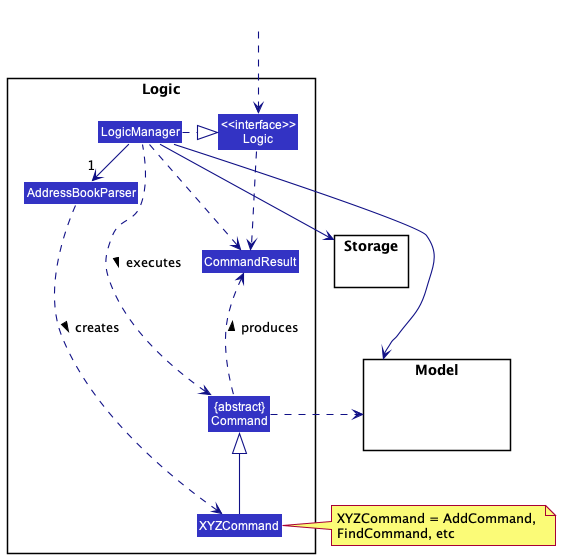
The PlantUML diagram docs/images/LogicClassDiagram.png in nus-cs2103-AY2223S2/tp, before a commit.
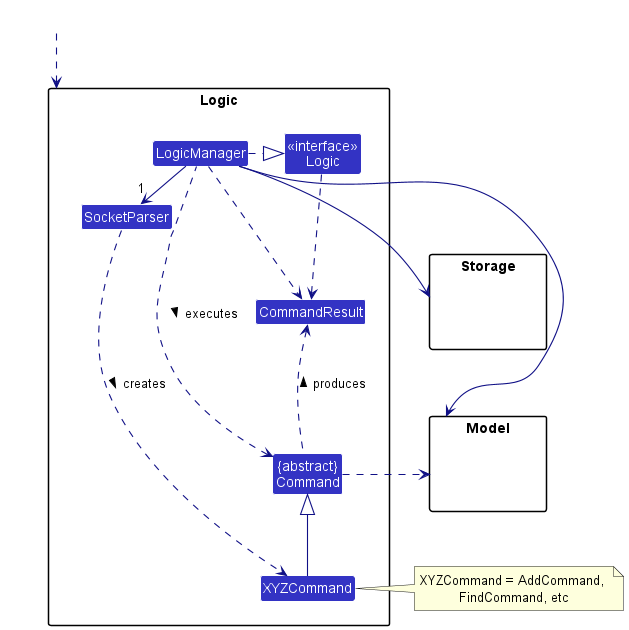
The same diagram one commit later.

What changed in the source:
```diff
@@ -6,29 +6,30 @@
 
 package Logic {
 
-Class AddressBookParser
+Class SocketParser
 Class XYZCommand
 Class CommandResult
 Class "{abstract}\nCommand" as Command
 
 
-Class "<<interface>>\nLogic" as Logic
+Class "<<interface>>\nLogic" as Interface_Logic
 Class LogicManager
 }
 
-package Model{
-Class HiddenModel #FFFFFF
+package Model {
+Class Hidden #FFFFFF
 }
 
-package Storage{
+package Storage {
+Class Hidden #FFFFFF
 }
 
 Class HiddenOutside #FFFFFF
 HiddenOutside ..> Logic
 
-LogicManager .right.|> Logic
-LogicManager -right->"1" AddressBookParser
-AddressBookParser ..> XYZCommand : creates >
+LogicManager .right.|> Interface_Logic
+LogicManager -right->"1" SocketParser
+SocketParser ..> XYZCommand : creates >
 
 XYZCommand -up-|> Command
 LogicManager .left.> Command : executes >
@@ -40,7 +41,7 @@
 Command .right.> Model
 note right of XYZCommand: XYZCommand = AddCommand, \nFindCommand, etc
 
-Logic ..> CommandResult
+Interface_Logic ..> CommandResult
 LogicManager .down.> CommandResult
 Command .up.> CommandResult : produces >
 @enduml
```
